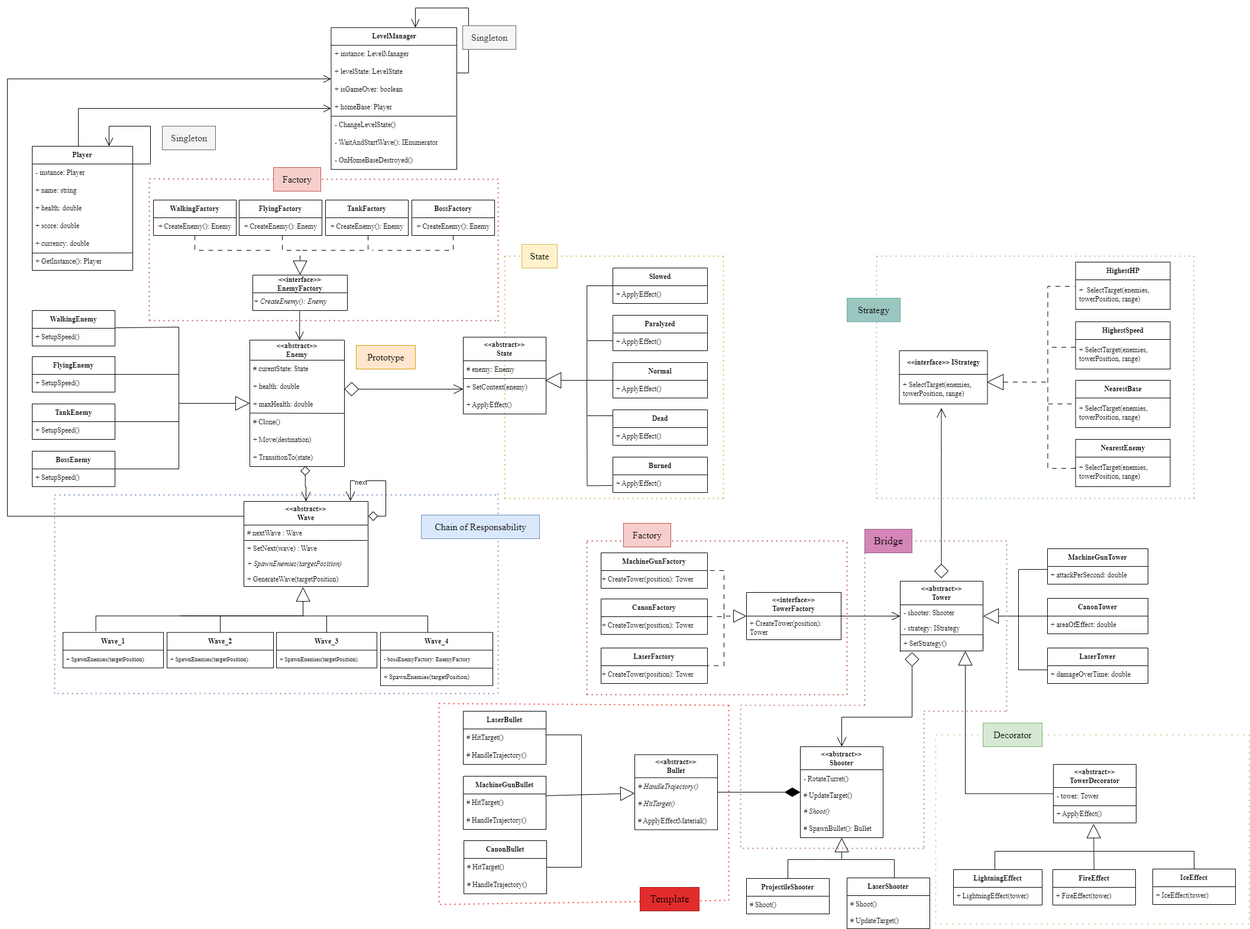
Above: Diagrammes/ClassDiagram.png in la-defense-des-tours/docs (draw.io), before the change. Source tidied: cells renumbered, new cells last; positions are measured from the earlier drawing's top-left corner, leaving out a move shared by most shapes.
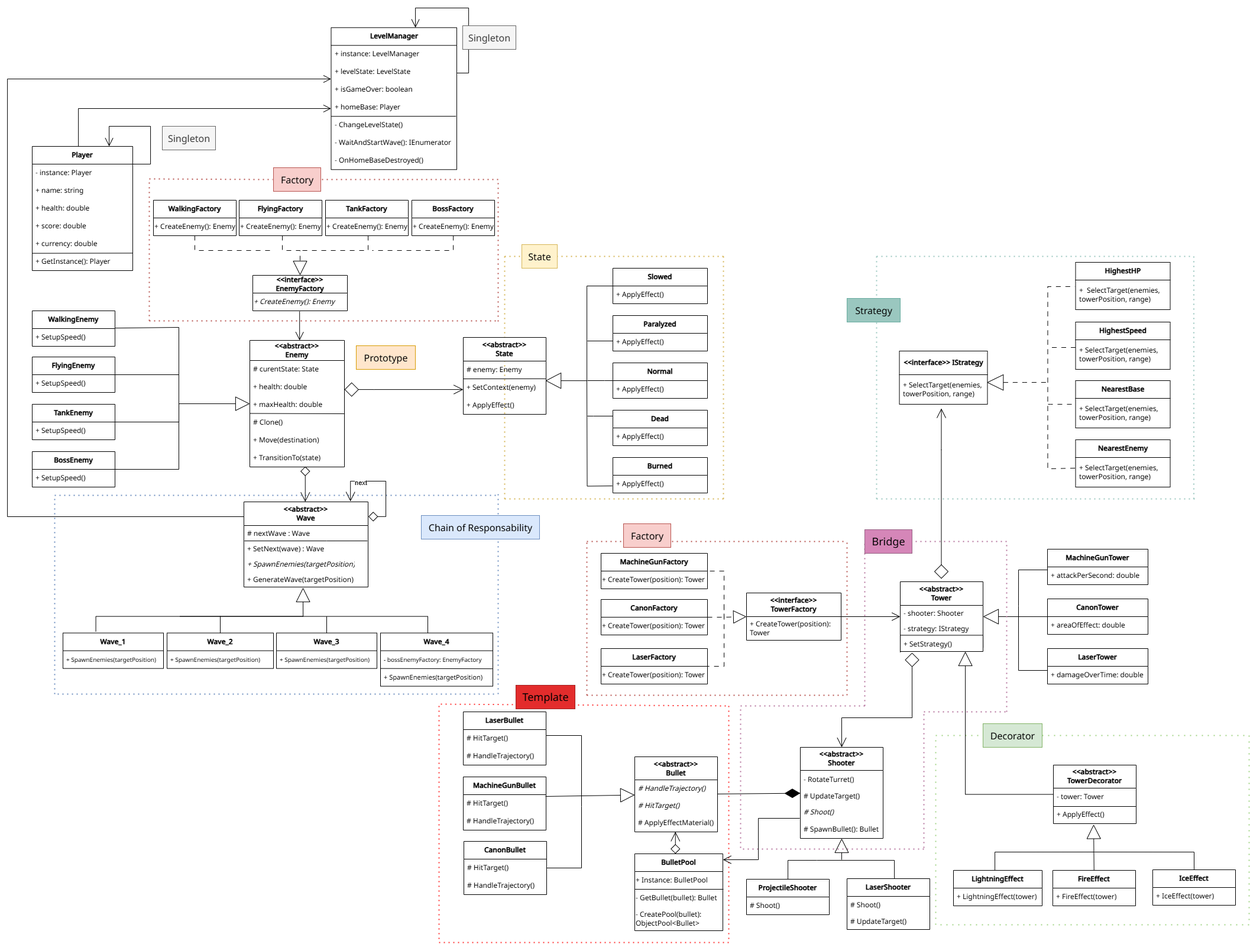
After the change.

Commit message:
fix: add object pool in diagram

Change to the diagram source:
```diff
@@ -16,8 +16,8 @@
         <mxPoint x="1220" y="1180" as="sourcePoint" />
         <mxPoint x="1220" y="1180" as="targetPoint" />
         <Array as="points">
-          <mxPoint x="1220" y="1510" />
-          <mxPoint x="730" y="1517" />
+          <mxPoint x="1220" y="1580" />
+          <mxPoint x="730" y="1580" />
           <mxPoint x="730" y="1177" />
         </Array>
       </mxGeometry>
@@ -181,7 +181,7 @@
       </mxGeometry>
     </mxCell>
     <mxCell id="37" style="group;strokeColor=none;dashed=1;dashPattern=1 2;fillColor=none;fontFamily=Noto Sans;fontSource=https%3A%2F%2Ffonts.googleapis.com%2Fcss%3Ffamily%3DNoto%2BSans;" parent="1" vertex="1">
-      <mxGeometry x="160" y="823" width="752" height="649" as="geometry" />
+      <mxGeometry x="160" y="823" width="820" height="649" as="geometry" />
     </mxCell>
     <mxCell id="38" style="endArrow=none;dashed=1;html=1;dashPattern=1 3;strokeWidth=2;rounded=0;strokeColor=#6c8ebf;fillColor=#dae8fc;fontFamily=Noto Sans;fontSource=https%3A%2F%2Ffonts.googleapis.com%2Fcss%3Ffamily%3DNoto%2BSans;" parent="37" edge="1">
       <mxGeometry relative="1" as="geometry">
@@ -353,6 +353,14 @@
         </Array>
       </mxGeometry>
     </mxCell>
+    <mxCell id="240" value="&lt;div&gt;Template&lt;/div&gt;" style="text;html=1;align=center;verticalAlign=middle;strokeColor=#A11F1F;fillColor=#E32C2C;fontSize=18;fontFamily=Noto Sans;fontSource=https%3A%2F%2Ffonts.googleapis.com%2Fcss%3Ffamily%3DNoto%2BSans;" parent="37" vertex="1">
+      <mxGeometry x="700" y="322" width="100" height="40" as="geometry" />
+    </mxCell>
+    <mxCell id="241" style="edgeStyle=orthogonalEdgeStyle;rounded=0;jettySize=auto;html=1;endArrow=open;endFill=0;endSize=14;startArrow=diamond;startFill=0;startSize=14;exitX=0.75;exitY=0;exitDx=0;exitDy=0;entryX=0.491;entryY=0.991;entryDx=0;entryDy=0;entryPerimeter=0;" parent="37" edge="1" target="229">
+      <mxGeometry relative="1" as="geometry">
+        <mxPoint x="969.8" y="607" as="sourcePoint" />
+      </mxGeometry>
+    </mxCell>
     <mxCell id="77" style="group;strokeColor=#a3d587;dashed=1;fontFamily=Noto Sans;fontSource=https%3A%2F%2Ffonts.googleapis.com%2Fcss%3Ffamily%3DNoto%2BSans;dashPattern=1 4;strokeWidth=2;" parent="1" vertex="1">
       <mxGeometry x="1570" y="1230" width="530" height="320" as="geometry" />
     </mxCell>
@@ -859,8 +867,8 @@
     <mxCell id="196" style="edgeStyle=orthogonalEdgeStyle;rounded=0;jettySize=auto;html=1;endArrow=open;endFill=0;endSize=14;startArrow=diamond;startFill=0;startSize=14;exitX=0.586;exitY=0.971;exitDx=0;exitDy=0;exitPerimeter=0;" parent="1" edge="1" source="204" target="67">
       <mxGeometry relative="1" as="geometry">
         <Array as="points">
-          <mxPoint x="504" y="810" />
-          <mxPoint x="505" y="810" />
+          <mxPoint x="504" y="820" />
+          <mxPoint x="504" y="820" />
         </Array>
       </mxGeometry>
     </mxCell>
@@ -1003,7 +1011,7 @@
       <mxGeometry relative="1" as="geometry" />
     </mxCell>
     <mxCell id="226" value="&lt;div&gt;&lt;b&gt;&amp;lt;&amp;lt;abstract&amp;gt;&amp;gt;&lt;br&gt;&lt;/b&gt;&lt;/div&gt;&lt;div&gt;&lt;b&gt;Bullet&lt;/b&gt;&lt;/div&gt;" style="swimlane;fontStyle=0;horizontal=1;startSize=39;whiteSpace=wrap;html=1;fillColor=none;fontFamily=Noto Sans;fontSource=https%3A%2F%2Ffonts.googleapis.com%2Fcss%3Ffamily%3DNoto%2BSans;" parent="1" vertex="1">
-      <mxGeometry x="1061" y="1263.5" width="140" height="127" as="geometry" />
+      <mxGeometry x="1061" y="1266" width="140" height="127" as="geometry" />
     </mxCell>
     <mxCell id="227" value="# HandleTrajectory()&amp;nbsp;&amp;nbsp; " style="text;strokeColor=none;fillColor=none;align=left;verticalAlign=middle;spacingLeft=4;spacingRight=4;overflow=hidden;whiteSpace=wrap;html=1;fontFamily=Noto Sans;fontSource=https%3A%2F%2Ffonts.googleapis.com%2Fcss%3Ffamily%3DNoto%2BSans;fontStyle=2;" parent="226" vertex="1">
       <mxGeometry y="39" width="140" height="30" as="geometry" />
@@ -1059,8 +1067,32 @@
         <mxPoint x="1411" y="1440" as="sourcePoint" />
       </mxGeometry>
     </mxCell>
-    <mxCell id="240" value="&lt;div&gt;Template&lt;/div&gt;" style="text;html=1;align=center;verticalAlign=middle;strokeColor=#A11F1F;fillColor=#E32C2C;fontSize=18;fontFamily=Noto Sans;fontSource=https%3A%2F%2Ffonts.googleapis.com%2Fcss%3Ffamily%3DNoto%2BSans;" parent="1" vertex="1">
-      <mxGeometry x="1070" y="1488" width="100" height="40" as="geometry" />
-    </mxCell>
+    <mxCell id="242" value="&lt;b&gt;BulletPool&lt;/b&gt;" style="swimlane;fontStyle=0;horizontal=1;startSize=30;whiteSpace=wrap;html=1;fillColor=none;fontFamily=Noto Sans;fontSource=https%3A%2F%2Ffonts.googleapis.com%2Fcss%3Ffamily%3DNoto%2BSans;strokeColor=default;" parent="1" vertex="1">
+      <mxGeometry x="1061" y="1430" width="149" height="130" as="geometry" />
+    </mxCell>
+    <mxCell id="243" value="&lt;div align=&quot;left&quot;&gt;+ Instance:&amp;nbsp;&lt;span style=&quot;background-color: transparent; color: light-dark(rgb(0, 0, 0), rgb(255, 255, 255));&quot;&gt;BulletPool&lt;/span&gt;&lt;span style=&quot;background-color: transparent; color: light-dark(rgb(0, 0, 0), rgb(255, 255, 255));&quot;&gt;&amp;nbsp;&lt;/span&gt;&lt;br&gt;&lt;/div&gt;" style="text;html=1;align=left;verticalAlign=middle;strokeColor=none;fillColor=none;fontFamily=Noto Sans;fontSource=https%3A%2F%2Ffonts.googleapis.com%2Fcss%3Ffamily%3DNoto%2BSans;" parent="242" vertex="1">
+      <mxGeometry y="30" width="149" height="30" as="geometry" />
+    </mxCell>
+    <mxCell id="244" style="endArrow=none;html=1;rounded=0;" parent="242" edge="1">
+      <mxGeometry relative="1" as="geometry">
+        <mxPoint y="60" as="sourcePoint" />
+        <mxPoint x="150" y="60" as="targetPoint" />
+      </mxGeometry>
+    </mxCell>
+    <mxCell id="245" value="&lt;div align=&quot;left&quot;&gt;- GetBullet(bullet): Bullet&lt;br&gt;&lt;/div&gt;" style="text;html=1;align=left;verticalAlign=middle;strokeColor=none;fillColor=none;fontFamily=Noto Sans;fontSource=https%3A%2F%2Ffonts.googleapis.com%2Fcss%3Ffamily%3DNoto%2BSans;" parent="242" vertex="1">
+      <mxGeometry y="60" width="149" height="30" as="geometry" />
+    </mxCell>
+    <mxCell id="246" value="&lt;div align=&quot;left&quot;&gt;- CreatePool(bullet): &lt;br&gt;ObjectPool&amp;lt;Bullet&amp;gt;&lt;br&gt;&lt;/div&gt;" style="text;html=1;align=left;verticalAlign=middle;strokeColor=none;fillColor=none;fontFamily=Noto Sans;fontSource=https%3A%2F%2Ffonts.googleapis.com%2Fcss%3Ffamily%3DNoto%2BSans;" parent="242" vertex="1">
+      <mxGeometry y="90" width="149" height="40" as="geometry" />
+    </mxCell>
+    <mxCell id="247" style="edgeStyle=orthogonalEdgeStyle;rounded=0;jettySize=auto;html=1;endArrow=none;endFill=0;endSize=6;fontFamily=Noto Sans;fontSource=https%3A%2F%2Ffonts.googleapis.com%2Fcss%3Ffamily%3DNoto%2BSans;startArrow=open;startFill=0;startSize=12;exitX=1;exitY=0.077;exitDx=0;exitDy=0;exitPerimeter=0;" parent="1" edge="1" source="242">
+      <mxGeometry relative="1" as="geometry">
+        <mxPoint x="1340" y="1370" as="targetPoint" />
+        <Array as="points">
+          <mxPoint x="1270" y="1440" />
+          <mxPoint x="1270" y="1370" />
+        </Array>
+      </mxGeometry>
+    </mxCell>
   </root>
 </mxGraphModel>
```
